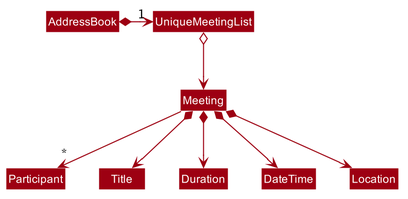
Above: docs/images/MeetingClassDiag.png in zhaohuanqdcn/tp (PlantUML), before the change. Source of this version:
```plantuml
@startuml








skinparam BackgroundColor #FFFFFFF

skinparam Shadowing false

skinparam Class {
    FontColor #FFFFFF
    BorderThickness 1
    BorderColor #FFFFFF
    StereotypeFontColor #FFFFFF
    FontName Arial
}

skinparam Actor {
    BorderColor #000000
    Color #000000
    FontName Arial
}

skinparam Sequence {
    MessageAlign center
    BoxFontSize 15
    BoxPadding 0
    BoxFontColor #FFFFFF
    FontName Arial
}

skinparam Participant {
    FontColor #FFFFFFF
    Padding 20
}

skinparam MinClassWidth 50
skinparam ParticipantPadding 10
skinparam Shadowing false
skinparam DefaultTextAlignment center
skinparam packageStyle Rectangle

hide footbox
hide members
hide circle
skinparam arrowThickness 1.1
skinparam arrowColor #9D0012
skinparam classBackgroundColor #9D0012

AddressBook *-right-> "1" UniqueMeetingList

UniqueMeetingList o-down-> Meeting

Meeting --> "*" Participant

Meeting *--> Title
Meeting *--> Duration
Meeting *--> DateTime
Meeting *--> Location
@enduml
```
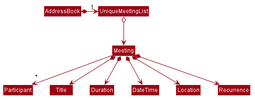
The same file after the commit.

The edit, as a diff of the source:
```diff
@@ -61,4 +61,5 @@
 Meeting *--> Duration
 Meeting *--> DateTime
 Meeting *--> Location
+Meeting *--> Recurrence
 @enduml
```
